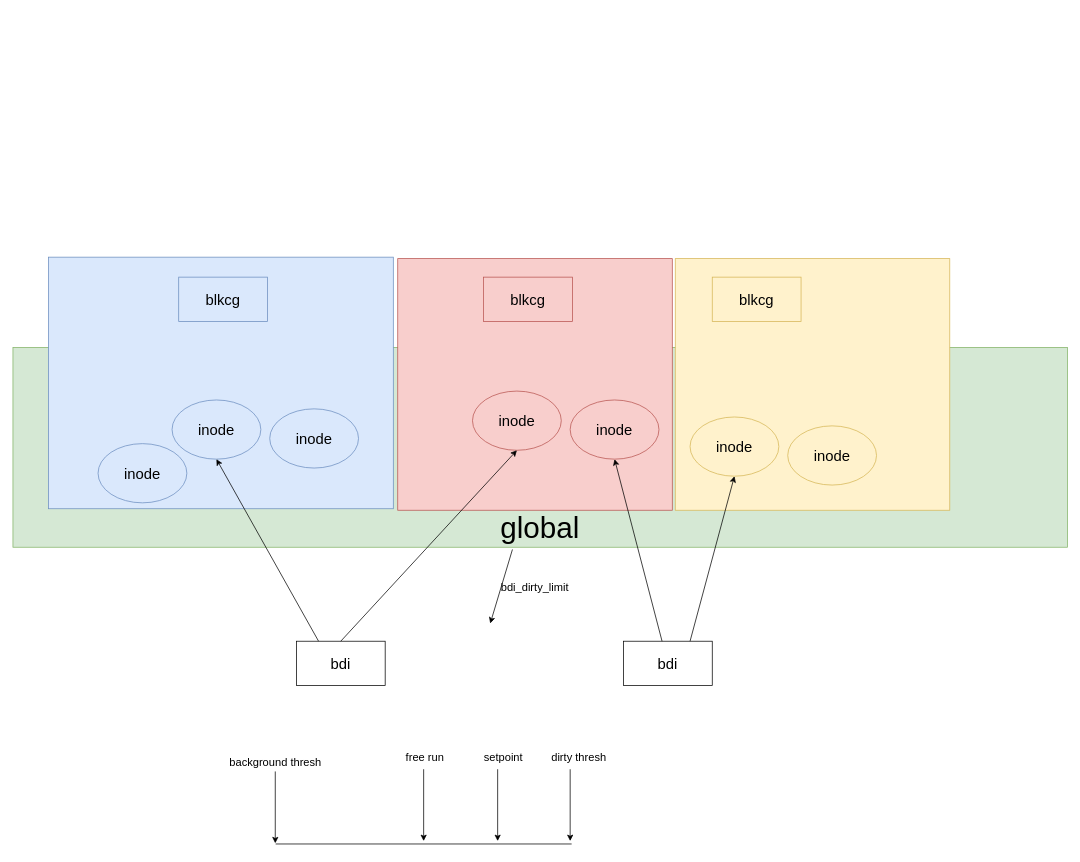
Before: bdi.drawio in chenlei0x/drawio, a draw.io diagram. Source tidied: cells renumbered, new cells numbered last; positions are measured from the earlier drawing's top-left corner, leaving out a move shared by most shapes. Both pictures are drawn from the tidied source at 74%, with x=0, y=0 at pixel (13, 257).
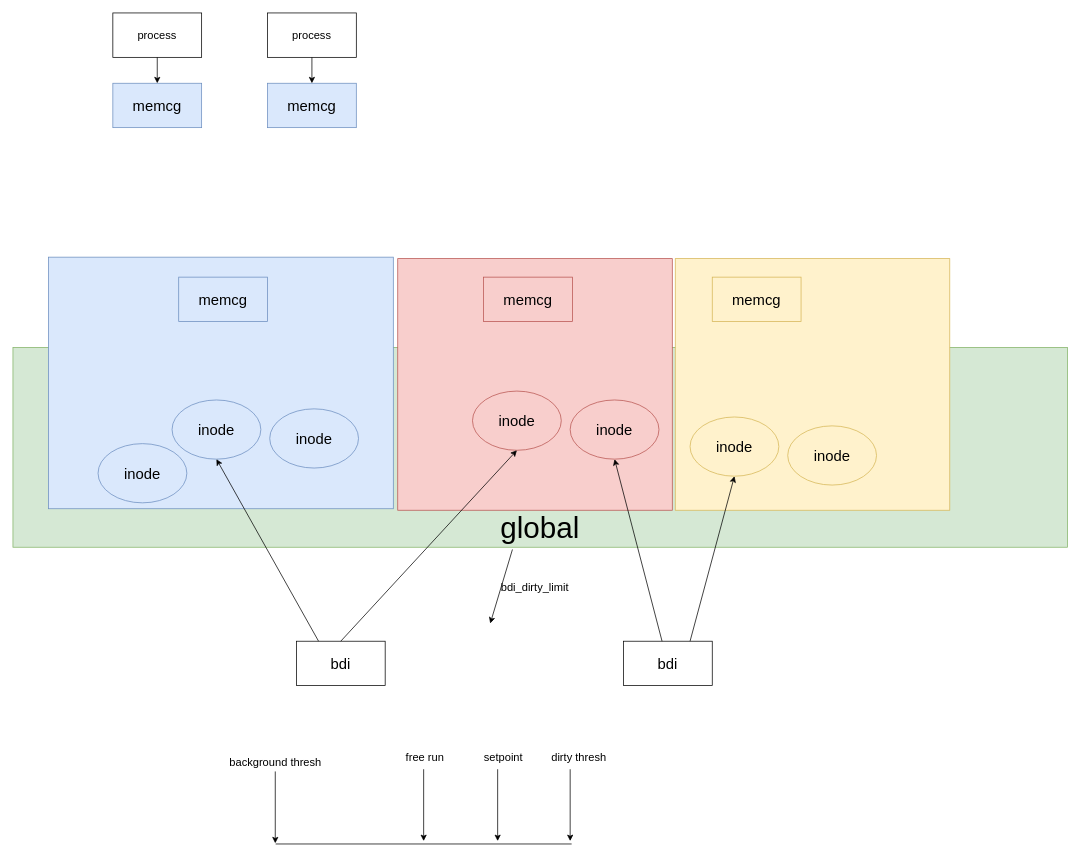
The same diagram, later.

Change to the diagram source:
```diff
@@
-    <mxCell id="6" value="blkcg" style="rounded=0;whiteSpace=wrap;html=1;fillColor=#dae8fc;strokeColor=#6c8ebf;fontSize=20;" parent="1" vertex="1">
+    <mxCell id="6" value="memcg" style="rounded=0;whiteSpace=wrap;html=1;fillColor=#dae8fc;strokeColor=#6c8ebf;fontSize=20;" parent="1" vertex="1">
       <mxGeometry x="224" y="27" width="120" height="60" as="geometry" />
     </mxCell>
-    <mxCell id="7" value="blkcg" style="rounded=0;whiteSpace=wrap;html=1;fillColor=#f8cecc;strokeColor=#b85450;fontSize=20;" parent="1" vertex="1">
+    <mxCell id="7" value="memcg" style="rounded=0;whiteSpace=wrap;html=1;fillColor=#f8cecc;strokeColor=#b85450;fontSize=20;" parent="1" vertex="1">
       <mxGeometry x="636" y="27" width="120" height="60" as="geometry" />
     </mxCell>
-    <mxCell id="8" value="blkcg" style="rounded=0;whiteSpace=wrap;html=1;fillColor=#fff2cc;strokeColor=#d6b656;fontSize=20;" parent="1" vertex="1">
+    <mxCell id="8" value="memcg" style="rounded=0;whiteSpace=wrap;html=1;fillColor=#fff2cc;strokeColor=#d6b656;fontSize=20;" parent="1" vertex="1">
       <mxGeometry x="945" y="27" width="120" height="60" as="geometry" />
     </mxCell>
@@
+    <mxCell id="33" value="memcg" style="rounded=0;whiteSpace=wrap;html=1;fillColor=#dae8fc;strokeColor=#6c8ebf;fontSize=20;" parent="1" vertex="1">
+      <mxGeometry x="135" y="-235" width="120" height="60" as="geometry" />
+    </mxCell>
+    <mxCell id="34" value="memcg" style="rounded=0;whiteSpace=wrap;html=1;fillColor=#dae8fc;strokeColor=#6c8ebf;fontSize=20;" parent="1" vertex="1">
+      <mxGeometry x="344" y="-235" width="120" height="60" as="geometry" />
+    </mxCell>
+    <mxCell id="35" value="process" style="rounded=0;whiteSpace=wrap;html=1;fontSize=15;" parent="1" vertex="1">
+      <mxGeometry x="135" y="-330" width="120" height="60" as="geometry" />
+    </mxCell>
+    <mxCell id="36" value="process" style="rounded=0;whiteSpace=wrap;html=1;fontSize=15;" parent="1" vertex="1">
+      <mxGeometry x="344" y="-330" width="120" height="60" as="geometry" />
+    </mxCell>
+    <mxCell id="37" style="endArrow=classic;html=1;fontSize=15;exitX=0.5;exitY=1;exitDx=0;exitDy=0;entryX=0.5;entryY=0;entryDx=0;entryDy=0;" parent="1" edge="1" source="35" target="33">
+      <mxGeometry relative="1" as="geometry" />
+    </mxCell>
+    <mxCell id="38" style="endArrow=classic;html=1;fontSize=15;exitX=0.5;exitY=1;exitDx=0;exitDy=0;entryX=0.5;entryY=0;entryDx=0;entryDy=0;" parent="1" edge="1" source="36" target="34">
+      <mxGeometry relative="1" as="geometry" />
+    </mxCell>
```
